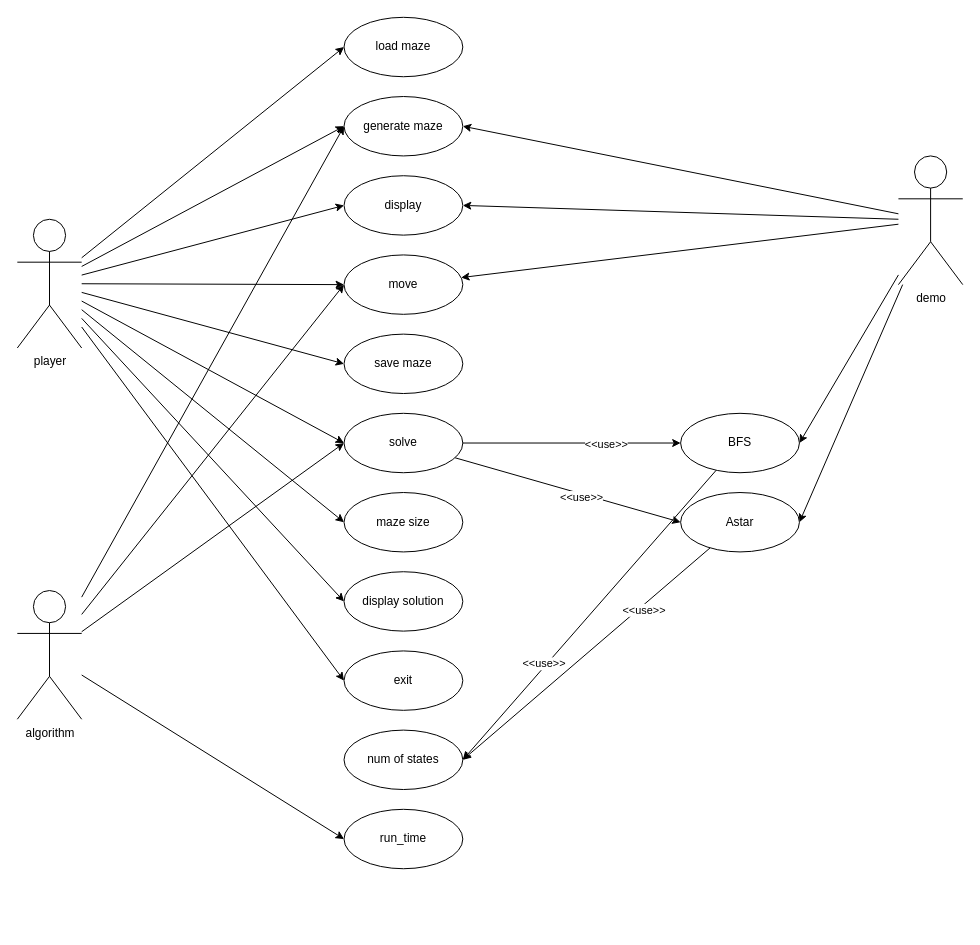
The draw.io diagram use case.drawio in ronyzrihen/maze2d, before the edit. Source tidied: cells renumbered, new cells numbered last; positions are measured from the earlier drawing's top-left corner, leaving out a move shared by most shapes. Both pictures are drawn from the tidied source at 99%, with x=0, y=0 at pixel (17, 17).
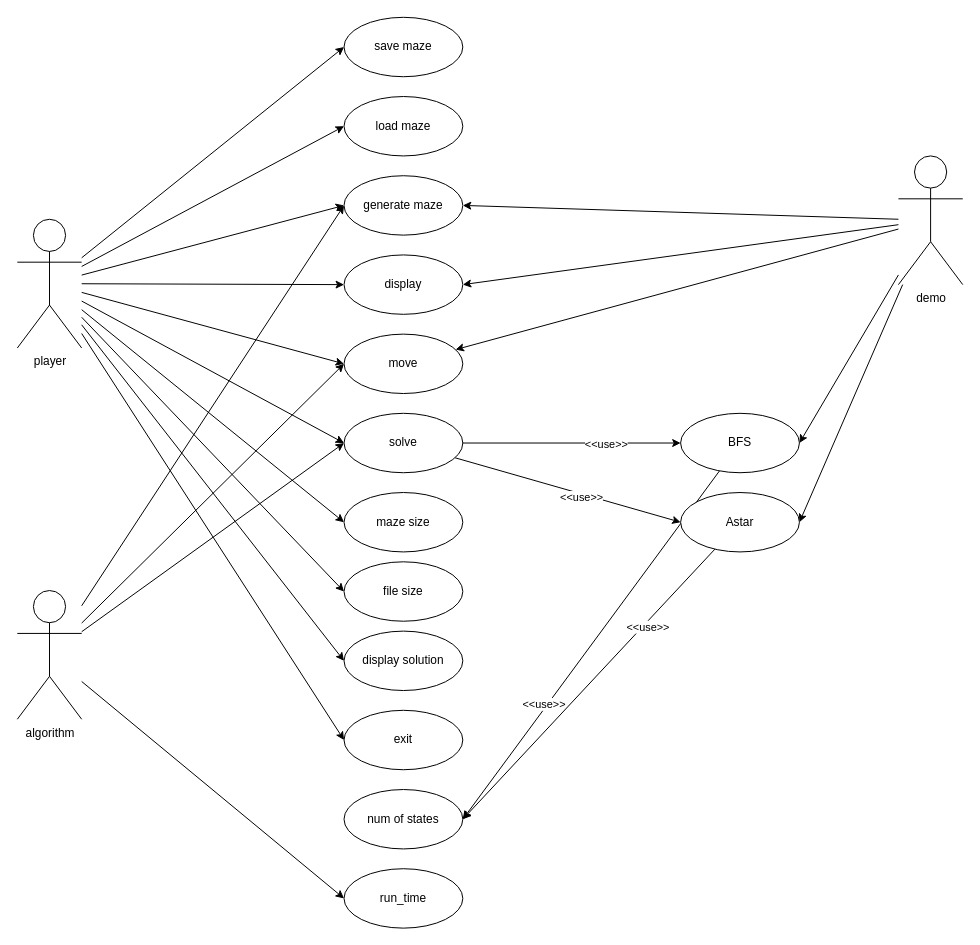
The same page after the edit.

Unchanged cells that the change refers to:
```xml
<mxCell id="11" value="player" style="shape=umlActor;verticalLabelPosition=bottom;verticalAlign=top;html=1;outlineConnect=0;" parent="1" vertex="1">
  <mxGeometry y="204" width="65" height="130" as="geometry" />
</mxCell>
```

Diff of the diagram source:
```diff
@@
+    <mxCell id="44" style="rounded=0;jettySize=auto;html=1;entryX=0;entryY=0.5;entryDx=0;entryDy=0;" parent="1" edge="1" source="11" target="45">
+      <mxGeometry relative="1" as="geometry" />
+    </mxCell>
@@
     <mxCell id="12" value="generate maze" style="ellipse;whiteSpace=wrap;html=1;" parent="1" vertex="1">
-      <mxGeometry x="330" y="80" width="120" height="60" as="geometry" />
+      <mxGeometry x="330" y="160" width="120" height="60" as="geometry" />
     </mxCell>
     <mxCell id="13" value="display" style="ellipse;whiteSpace=wrap;html=1;" parent="1" vertex="1">
-      <mxGeometry x="330" y="160" width="120" height="60" as="geometry" />
+      <mxGeometry x="330" y="240" width="120" height="60" as="geometry" />
     </mxCell>
     <mxCell id="14" value="move" style="ellipse;whiteSpace=wrap;html=1;" parent="1" vertex="1">
-      <mxGeometry x="330" y="240" width="120" height="60" as="geometry" />
+      <mxGeometry x="330" y="320" width="120" height="60" as="geometry" />
     </mxCell>
     <mxCell id="15" value="save maze" style="ellipse;whiteSpace=wrap;html=1;" parent="1" vertex="1">
-      <mxGeometry x="330" y="320" width="120" height="60" as="geometry" />
+      <mxGeometry x="330" width="120" height="60" as="geometry" />
     </mxCell>
     <mxCell id="16" value="load maze" style="ellipse;whiteSpace=wrap;html=1;" parent="1" vertex="1">
-      <mxGeometry x="330" width="120" height="60" as="geometry" />
+      <mxGeometry x="330" y="80" width="120" height="60" as="geometry" />
     </mxCell>
     <mxCell id="17" value="display solution" style="ellipse;whiteSpace=wrap;html=1;" parent="1" vertex="1">
-      <mxGeometry x="330" y="560" width="120" height="60" as="geometry" />
+      <mxGeometry x="330" y="620" width="120" height="60" as="geometry" />
     </mxCell>
     <mxCell id="18" value="exit" style="ellipse;whiteSpace=wrap;html=1;" parent="1" vertex="1">
-      <mxGeometry x="330" y="640" width="120" height="60" as="geometry" />
+      <mxGeometry x="330" y="700" width="120" height="60" as="geometry" />
     </mxCell>
@@
     <mxCell id="37" value="num of states" style="ellipse;whiteSpace=wrap;html=1;" parent="1" vertex="1">
-      <mxGeometry x="330" y="720" width="120" height="60" as="geometry" />
+      <mxGeometry x="330" y="780" width="120" height="60" as="geometry" />
     </mxCell>
@@
     <mxCell id="43" value="run_time" style="ellipse;whiteSpace=wrap;html=1;" parent="1" vertex="1">
-      <mxGeometry x="330" y="800" width="120" height="60" as="geometry" />
+      <mxGeometry x="330" y="860" width="120" height="60" as="geometry" />
     </mxCell>
+    <mxCell id="45" value="file size" style="ellipse;whiteSpace=wrap;html=1;" parent="1" vertex="1">
+      <mxGeometry x="330" y="550" width="120" height="60" as="geometry" />
+    </mxCell>
```
